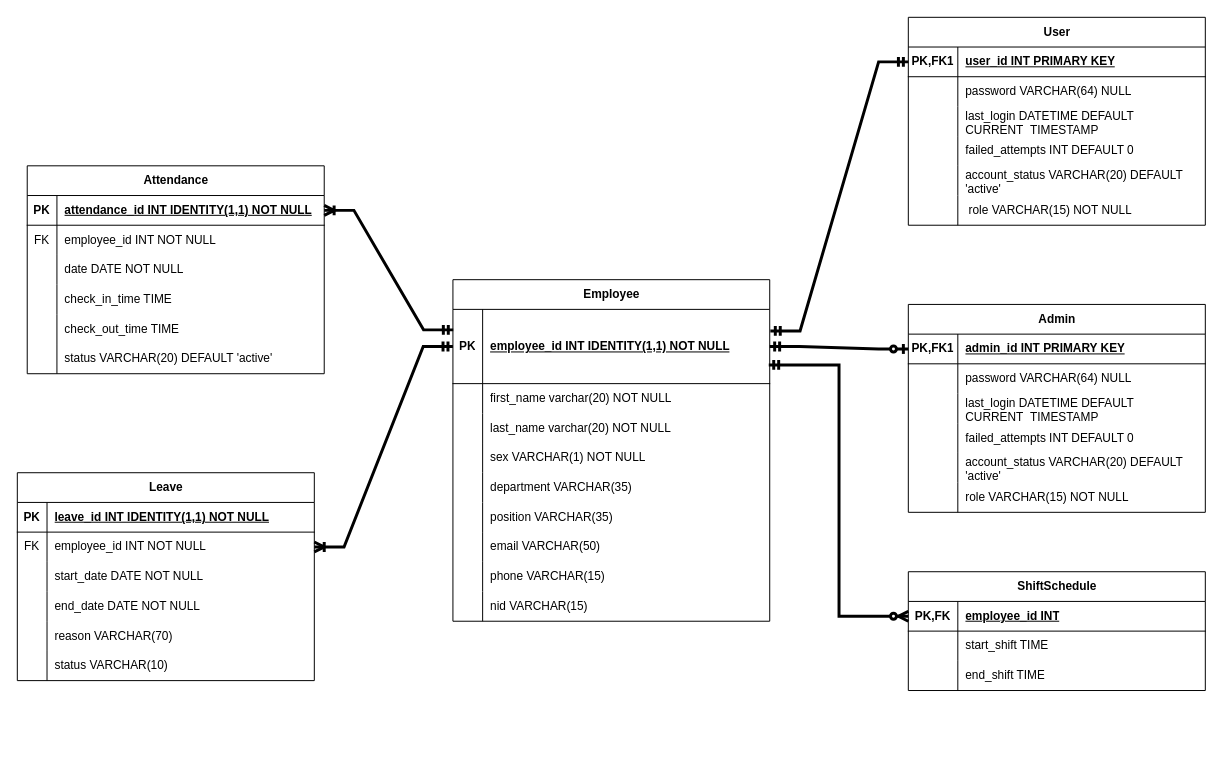
NukThean/Attendance-V1 keeps this draw.io diagram as attDiagram.drawio. Above is the earlier version. Source tidied: cells renumbered, new cells numbered last; positions are measured from the earlier drawing's top-left corner, leaving out a move shared by most shapes. Both pictures are drawn from the tidied source at 99%, with x=0, y=0 at pixel (17, 17).
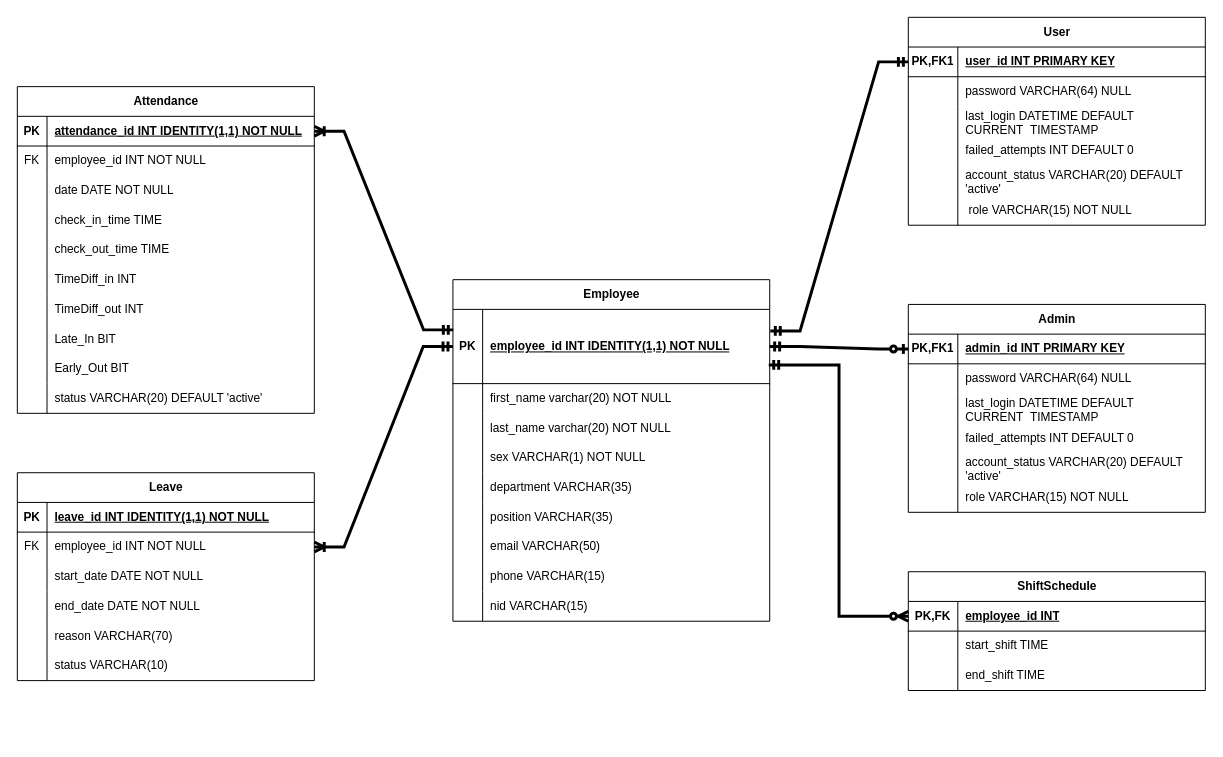
The same diagram, later.

Unchanged cells that the change refers to:
```xml
<mxCell id="106" style="shape=tableRow;horizontal=0;startSize=0;swimlaneHead=0;swimlaneBody=0;fillColor=none;top=0;left=0;right=0;bottom=0;" parent="90" vertex="1">
  <mxGeometry y="180" width="300" height="30" as="geometry" />
</mxCell>
```

What changed in the source:
```diff
@@
     <mxCell id="90" value="Attendance" style="shape=table;startSize=30;childLayout=tableLayout;rowLines=0;fontStyle=1;align=center;html=1;" parent="1" vertex="1">
-      <mxGeometry x="10" y="150" width="300" height="210" as="geometry" />
+      <mxGeometry y="70" width="300" height="330" as="geometry" />
     </mxCell>
@@
-    <mxCell id="108" value="status VARCHAR(20) DEFAULT 'active'" style="shape=partialRectangle;fillColor=none;top=0;left=0;bottom=0;right=0;align=left;spacingLeft=6;overflow=hidden;whiteSpace=wrap;html=1;" parent="106" vertex="1">
+    <mxCell id="108" value="TimeDiff_in INT" style="shape=partialRectangle;fillColor=none;top=0;left=0;bottom=0;right=0;align=left;spacingLeft=6;overflow=hidden;whiteSpace=wrap;html=1;" parent="106" vertex="1">
       <mxGeometry x="30" width="270" height="30" as="geometry" />
     </mxCell>
+    <mxCell id="123" style="shape=tableRow;horizontal=0;startSize=0;swimlaneHead=0;swimlaneBody=0;fillColor=none;top=0;left=0;right=0;bottom=0;" parent="90" vertex="1">
+      <mxGeometry y="210" width="300" height="30" as="geometry" />
+    </mxCell>
+    <mxCell id="124" style="shape=partialRectangle;fillColor=none;top=0;left=0;bottom=0;right=0;overflow=hidden;whiteSpace=wrap;html=1;" parent="123" vertex="1">
+      <mxGeometry width="30" height="30" as="geometry" />
+    </mxCell>
+    <mxCell id="125" value="TimeDiff_out INT" style="shape=partialRectangle;fillColor=none;top=0;left=0;bottom=0;right=0;align=left;spacingLeft=6;overflow=hidden;whiteSpace=wrap;html=1;" parent="123" vertex="1">
+      <mxGeometry x="30" width="270" height="30" as="geometry" />
+    </mxCell>
+    <mxCell id="126" style="shape=tableRow;horizontal=0;startSize=0;swimlaneHead=0;swimlaneBody=0;fillColor=none;top=0;left=0;right=0;bottom=0;" parent="90" vertex="1">
+      <mxGeometry y="240" width="300" height="30" as="geometry" />
+    </mxCell>
+    <mxCell id="127" style="shape=partialRectangle;fillColor=none;top=0;left=0;bottom=0;right=0;overflow=hidden;whiteSpace=wrap;html=1;" parent="126" vertex="1">
+      <mxGeometry width="30" height="30" as="geometry" />
+    </mxCell>
+    <mxCell id="128" value="Late_In BIT" style="shape=partialRectangle;fillColor=none;top=0;left=0;bottom=0;right=0;align=left;spacingLeft=6;overflow=hidden;whiteSpace=wrap;html=1;" parent="126" vertex="1">
+      <mxGeometry x="30" width="270" height="30" as="geometry" />
+    </mxCell>
+    <mxCell id="129" style="shape=tableRow;horizontal=0;startSize=0;swimlaneHead=0;swimlaneBody=0;fillColor=none;top=0;left=0;right=0;bottom=0;" parent="90" vertex="1">
+      <mxGeometry y="270" width="300" height="30" as="geometry" />
+    </mxCell>
+    <mxCell id="130" style="shape=partialRectangle;fillColor=none;top=0;left=0;bottom=0;right=0;overflow=hidden;whiteSpace=wrap;html=1;" parent="129" vertex="1">
+      <mxGeometry width="30" height="30" as="geometry" />
+    </mxCell>
+    <mxCell id="131" value="Early_Out BIT" style="shape=partialRectangle;fillColor=none;top=0;left=0;bottom=0;right=0;align=left;spacingLeft=6;overflow=hidden;whiteSpace=wrap;html=1;" parent="129" vertex="1">
+      <mxGeometry x="30" width="270" height="30" as="geometry" />
+    </mxCell>
+    <mxCell id="132" style="shape=tableRow;horizontal=0;startSize=0;swimlaneHead=0;swimlaneBody=0;fillColor=none;top=0;left=0;right=0;bottom=0;" parent="90" vertex="1">
+      <mxGeometry y="300" width="300" height="30" as="geometry" />
+    </mxCell>
+    <mxCell id="133" style="shape=partialRectangle;fillColor=none;top=0;left=0;bottom=0;right=0;overflow=hidden;whiteSpace=wrap;html=1;" parent="132" vertex="1">
+      <mxGeometry width="30" height="30" as="geometry" />
+    </mxCell>
+    <mxCell id="134" value="status VARCHAR(20) DEFAULT 'active'" style="shape=partialRectangle;fillColor=none;top=0;left=0;bottom=0;right=0;align=left;spacingLeft=6;overflow=hidden;whiteSpace=wrap;html=1;" parent="132" vertex="1">
+      <mxGeometry x="30" width="270" height="30" as="geometry" />
+    </mxCell>
```
